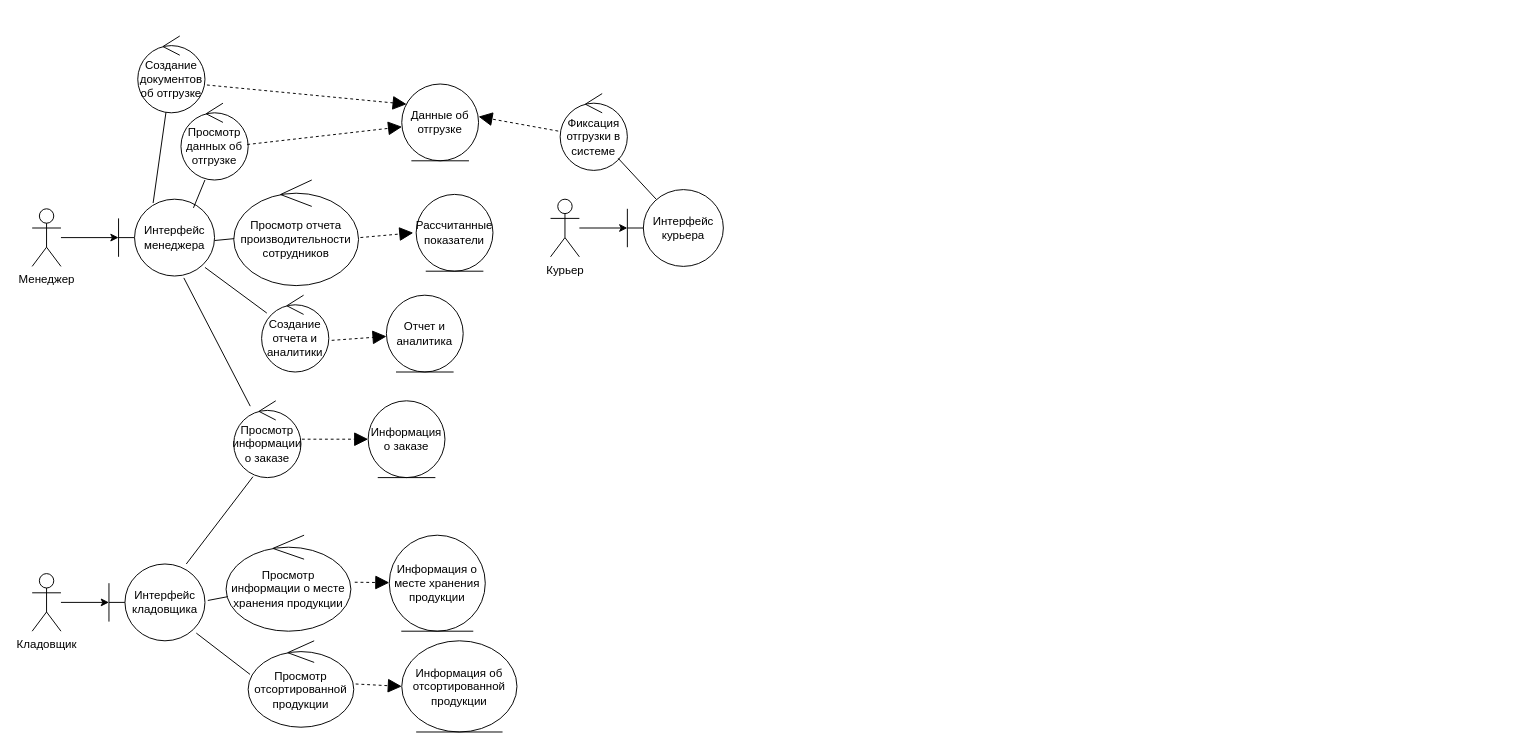
This is ОРТПС_4.drawio from mopsin666/AKMS, a draw.io file, before an edit. Source tidied: cells renumbered, new cells numbered last; positions are measured from the earlier drawing's top-left corner, leaving out a move shared by most shapes. Both pictures are drawn from the tidied source at 96%, with x=0, y=0 at pixel (32, 36).
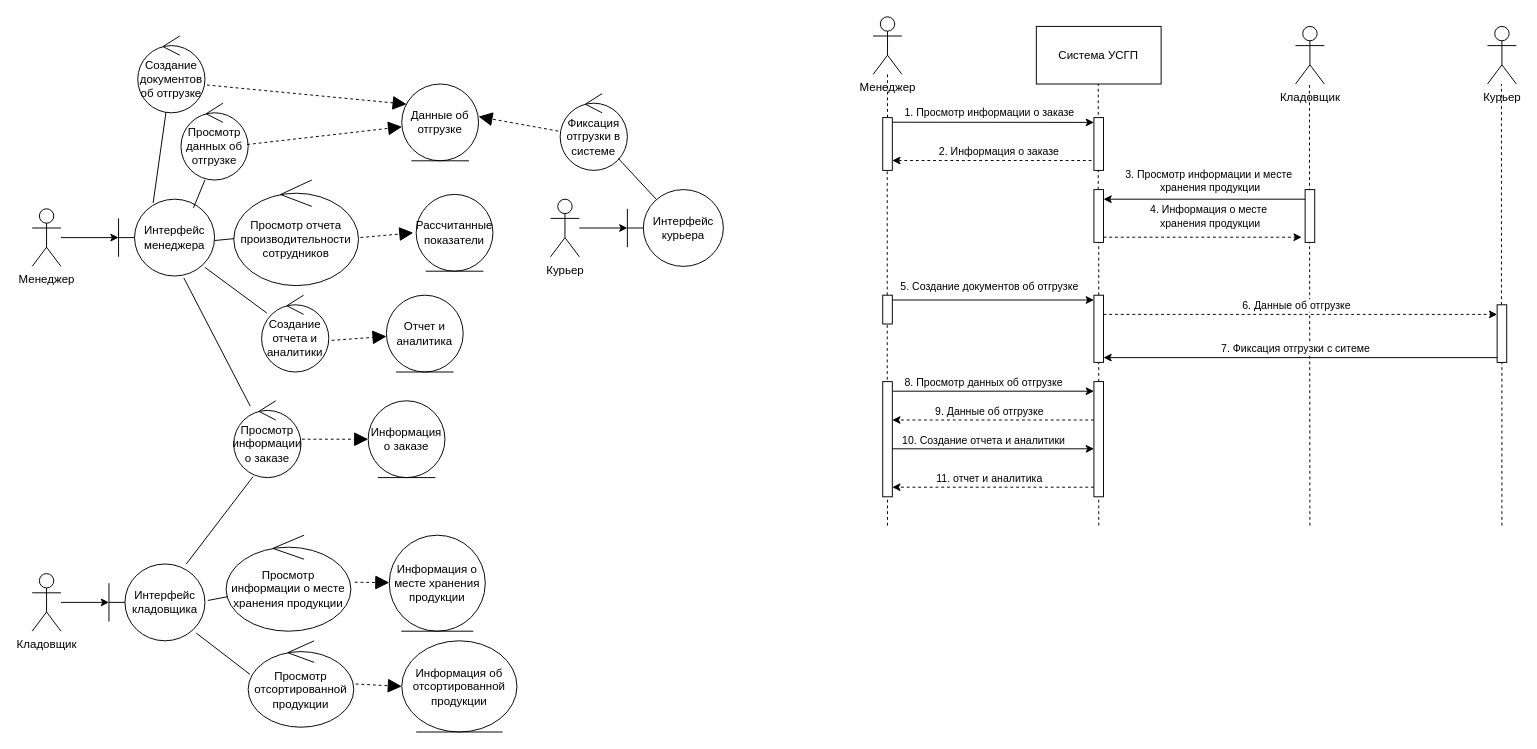
The same diagram, later.

Diff of the diagram source:
```diff
@@
+    <mxCell id="42" value="Менеджер" style="shape=umlActor;verticalLabelPosition=bottom;verticalAlign=top;html=1;" parent="1" vertex="1">
+      <mxGeometry x="876" y="-20" width="30" height="60" as="geometry" />
+    </mxCell>
+    <mxCell id="43" value="Система УСГП" style="rounded=0;whiteSpace=wrap;html=1;" parent="1" vertex="1">
+      <mxGeometry x="1046" y="-10" width="130" height="60" as="geometry" />
+    </mxCell>
+    <mxCell id="44" value="Кладовщик" style="shape=umlActor;verticalLabelPosition=bottom;verticalAlign=top;html=1;" parent="1" vertex="1">
+      <mxGeometry x="1316" y="-10" width="30" height="60" as="geometry" />
+    </mxCell>
+    <mxCell id="45" value="Курьер" style="shape=umlActor;verticalLabelPosition=bottom;verticalAlign=top;html=1;" parent="1" vertex="1">
+      <mxGeometry x="1516" y="-10" width="30" height="60" as="geometry" />
+    </mxCell>
+    <mxCell id="46" style="endArrow=none;dashed=1;html=1;rounded=0;" parent="1" edge="1" source="51" target="42">
+      <mxGeometry relative="1" as="geometry" />
+    </mxCell>
+    <mxCell id="47" style="endArrow=none;dashed=1;html=1;rounded=0;" parent="1" edge="1" source="58">
+      <mxGeometry relative="1" as="geometry">
+        <mxPoint x="1110.5" y="50" as="targetPoint" />
+      </mxGeometry>
+    </mxCell>
+    <mxCell id="48" style="endArrow=none;dashed=1;html=1;rounded=0;" parent="1" edge="1">
+      <mxGeometry relative="1" as="geometry">
+        <mxPoint x="1331" y="510" as="sourcePoint" />
+        <mxPoint x="1330.5" y="50" as="targetPoint" />
+      </mxGeometry>
+    </mxCell>
+    <mxCell id="49" style="endArrow=none;dashed=1;html=1;rounded=0;" parent="1" edge="1" source="65">
+      <mxGeometry relative="1" as="geometry">
+        <mxPoint x="1530.5" y="50" as="targetPoint" />
+      </mxGeometry>
+    </mxCell>
+    <mxCell id="50" style="endArrow=none;dashed=1;html=1;rounded=0;" parent="1" edge="1" source="72">
+      <mxGeometry relative="1" as="geometry">
+        <mxPoint x="890.7" y="140" as="targetPoint" />
+      </mxGeometry>
+    </mxCell>
+    <mxCell id="51" style="html=1;points=[[0,0,0,0,5],[0,1,0,0,-5],[1,0,0,0,5],[1,1,0,0,-5]];perimeter=orthogonalPerimeter;outlineConnect=0;targetShapes=umlLifeline;portConstraint=eastwest;newEdgeStyle={&quot;curved&quot;:0,&quot;rounded&quot;:0};" parent="1" vertex="1">
+      <mxGeometry x="886" y="85" width="10" height="55" as="geometry" />
+    </mxCell>
+    <mxCell id="52" style="html=1;points=[[0,0,0,0,5],[0,1,0,0,-5],[1,0,0,0,5],[1,1,0,0,-5]];perimeter=orthogonalPerimeter;outlineConnect=0;targetShapes=umlLifeline;portConstraint=eastwest;newEdgeStyle={&quot;curved&quot;:0,&quot;rounded&quot;:0};" parent="1" vertex="1">
+      <mxGeometry x="1106" y="85" width="10" height="55" as="geometry" />
+    </mxCell>
+    <mxCell id="53" style="endArrow=classic;html=1;rounded=0;entryX=0;entryY=0;entryDx=0;entryDy=5;entryPerimeter=0;" parent="1" edge="1" target="52">
+      <mxGeometry relative="1" as="geometry">
+        <mxPoint x="896" y="89.8" as="sourcePoint" />
+      </mxGeometry>
+    </mxCell>
+    <mxCell id="54" value="1. Просмотр информации о заказе" style="edgeLabel;html=1;align=center;verticalAlign=middle;" parent="53" vertex="1">
+      <mxGeometry x="-0.67" y="1" relative="1" as="geometry">
+        <mxPoint x="65" y="-9" as="offset" />
+      </mxGeometry>
+    </mxCell>
+    <mxCell id="55" style="endArrow=classic;html=1;rounded=0;dashed=1;exitX=-0.25;exitY=0.813;exitDx=0;exitDy=0;exitPerimeter=0;" parent="1" edge="1" source="52" target="51">
+      <mxGeometry relative="1" as="geometry" />
+    </mxCell>
+    <mxCell id="56" value="2. Информация о заказе" style="edgeLabel;html=1;align=center;verticalAlign=middle;" parent="55" vertex="1">
+      <mxGeometry x="-0.67" y="1" relative="1" as="geometry">
+        <mxPoint x="-63" y="-11" as="offset" />
+      </mxGeometry>
+    </mxCell>
+    <mxCell id="57" style="endArrow=none;dashed=1;html=1;rounded=0;" parent="1" edge="1" source="67" target="58">
+      <mxGeometry relative="1" as="geometry" />
+    </mxCell>
+    <mxCell id="58" style="html=1;points=[[0,0,0,0,5],[0,1,0,0,-5],[1,0,0,0,5],[1,1,0,0,-5]];perimeter=orthogonalPerimeter;outlineConnect=0;targetShapes=umlLifeline;portConstraint=eastwest;newEdgeStyle={&quot;curved&quot;:0,&quot;rounded&quot;:0};" parent="1" vertex="1">
+      <mxGeometry x="1106" y="160" width="10" height="55" as="geometry" />
+    </mxCell>
+    <mxCell id="59" style="html=1;perimeter=orthogonalPerimeter;targetShapes=umlLifeline;newEdgeStyle={&quot;curved&quot;:0,&quot;rounded&quot;:0};" parent="1" vertex="1">
+      <mxGeometry x="1326" y="160" width="10" height="55" as="geometry" />
+    </mxCell>
+    <mxCell id="60" style="endArrow=classic;html=1;rounded=0;" parent="1" edge="1">
+      <mxGeometry relative="1" as="geometry">
+        <mxPoint x="1326" y="170" as="sourcePoint" />
+        <mxPoint x="1116" y="170" as="targetPoint" />
+      </mxGeometry>
+    </mxCell>
+    <mxCell id="61" value="3. Просмотр информации и месте&amp;nbsp;&lt;div&gt;хранения продукции&lt;/div&gt;" style="edgeLabel;html=1;align=center;verticalAlign=middle;" parent="60" vertex="1">
+      <mxGeometry x="0.12" y="2" relative="1" as="geometry">
+        <mxPoint x="18" y="-22" as="offset" />
+      </mxGeometry>
+    </mxCell>
+    <mxCell id="62" style="endArrow=classic;html=1;rounded=0;dashed=1;entryX=-0.36;entryY=0.789;entryDx=0;entryDy=0;entryPerimeter=0;" parent="1" edge="1">
+      <mxGeometry relative="1" as="geometry">
+        <mxPoint x="1116" y="209.6" as="sourcePoint" />
+        <mxPoint x="1322.4" y="209.6" as="targetPoint" />
+      </mxGeometry>
+    </mxCell>
+    <mxCell id="63" value="4. Информация о месте&amp;nbsp;&lt;div&gt;хранения продукции&lt;/div&gt;" style="edgeLabel;html=1;align=center;verticalAlign=middle;" parent="62" vertex="1">
+      <mxGeometry x="-0.67" y="1" relative="1" as="geometry">
+        <mxPoint x="76" y="-21" as="offset" />
+      </mxGeometry>
+    </mxCell>
+    <mxCell id="64" style="endArrow=none;dashed=1;html=1;rounded=0;" parent="1" edge="1" target="65">
+      <mxGeometry relative="1" as="geometry">
+        <mxPoint x="1531" y="510" as="sourcePoint" />
+      </mxGeometry>
+    </mxCell>
+    <mxCell id="65" style="html=1;points=[[0,0,0,0,5],[0,1,0,0,-5],[1,0,0,0,5],[1,1,0,0,-5]];perimeter=orthogonalPerimeter;outlineConnect=0;targetShapes=umlLifeline;portConstraint=eastwest;newEdgeStyle={&quot;curved&quot;:0,&quot;rounded&quot;:0};" parent="1" vertex="1">
+      <mxGeometry x="1526" y="280" width="10" height="60" as="geometry" />
+    </mxCell>
+    <mxCell id="66" style="endArrow=none;dashed=1;html=1;rounded=0;" parent="1" edge="1" target="67">
+      <mxGeometry relative="1" as="geometry">
+        <mxPoint x="1111" y="510" as="sourcePoint" />
+      </mxGeometry>
+    </mxCell>
+    <mxCell id="67" style="html=1;points=[[0,0,0,0,5],[0,1,0,0,-5],[1,0,0,0,5],[1,1,0,0,-5]];perimeter=orthogonalPerimeter;outlineConnect=0;targetShapes=umlLifeline;portConstraint=eastwest;newEdgeStyle={&quot;curved&quot;:0,&quot;rounded&quot;:0};" parent="1" vertex="1">
+      <mxGeometry x="1106" y="270" width="10" height="70" as="geometry" />
+    </mxCell>
+    <mxCell id="68" style="endArrow=classic;html=1;rounded=0;" parent="1" edge="1" target="81">
+      <mxGeometry relative="1" as="geometry">
+        <mxPoint x="896" y="370" as="sourcePoint" />
+      </mxGeometry>
+    </mxCell>
+    <mxCell id="69" value="8. Просмотр данных об отгрузке" style="edgeLabel;html=1;align=center;verticalAlign=middle;" parent="68" vertex="1">
+      <mxGeometry x="-0.61" relative="1" as="geometry">
+        <mxPoint x="53" y="-10" as="offset" />
+      </mxGeometry>
+    </mxCell>
+    <mxCell id="70" style="endArrow=none;dashed=1;html=1;rounded=0;" parent="1" edge="1" source="80">
+      <mxGeometry relative="1" as="geometry">
+        <mxPoint x="890.7" y="370" as="targetPoint" />
+      </mxGeometry>
+    </mxCell>
+    <mxCell id="71" style="endArrow=none;dashed=1;html=1;rounded=0;" parent="1" edge="1" target="72">
+      <mxGeometry relative="1" as="geometry">
+        <mxPoint x="890.7" y="370" as="sourcePoint" />
+      </mxGeometry>
+    </mxCell>
+    <mxCell id="72" style="html=1;points=[[0,0,0,0,5],[0,1,0,0,-5],[1,0,0,0,5],[1,1,0,0,-5]];perimeter=orthogonalPerimeter;outlineConnect=0;targetShapes=umlLifeline;portConstraint=eastwest;newEdgeStyle={&quot;curved&quot;:0,&quot;rounded&quot;:0};" parent="1" vertex="1">
+      <mxGeometry x="886" y="270" width="10" height="30" as="geometry" />
+    </mxCell>
+    <mxCell id="73" style="endArrow=classic;html=1;rounded=0;exitX=1;exitY=0;exitDx=0;exitDy=5;exitPerimeter=0;entryX=0;entryY=0;entryDx=0;entryDy=5;entryPerimeter=0;" parent="1" edge="1" source="72" target="67">
+      <mxGeometry relative="1" as="geometry" />
+    </mxCell>
+    <mxCell id="74" value="5. Создание документов об отгрузке" style="edgeLabel;html=1;align=center;verticalAlign=middle;" parent="73" vertex="1">
+      <mxGeometry x="0.19" y="-1" relative="1" as="geometry">
+        <mxPoint x="-25" y="-16" as="offset" />
+      </mxGeometry>
+    </mxCell>
+    <mxCell id="75" style="endArrow=classic;html=1;rounded=0;dashed=1;" parent="1" edge="1" target="65">
+      <mxGeometry relative="1" as="geometry">
+        <mxPoint x="1116" y="290" as="sourcePoint" />
+      </mxGeometry>
+    </mxCell>
+    <mxCell id="76" value="6. Данные об отгрузке" style="edgeLabel;html=1;align=center;verticalAlign=middle;" parent="75" vertex="1">
+      <mxGeometry x="-0.67" y="1" relative="1" as="geometry">
+        <mxPoint x="132" y="-9" as="offset" />
+      </mxGeometry>
+    </mxCell>
+    <mxCell id="77" style="endArrow=classic;html=1;rounded=0;entryX=1;entryY=1;entryDx=0;entryDy=-5;entryPerimeter=0;" parent="1" edge="1" source="65" target="67">
+      <mxGeometry relative="1" as="geometry" />
+    </mxCell>
+    <mxCell id="78" value="7. Фиксация отгрузки с ситеме" style="edgeLabel;html=1;align=center;verticalAlign=middle;" parent="77" vertex="1">
+      <mxGeometry x="0.19" y="-1" relative="1" as="geometry">
+        <mxPoint x="33" y="-9" as="offset" />
+      </mxGeometry>
+    </mxCell>
+    <mxCell id="79" style="endArrow=none;dashed=1;html=1;rounded=0;" parent="1" edge="1" target="80">
+      <mxGeometry relative="1" as="geometry">
+        <mxPoint x="891" y="510" as="sourcePoint" />
+      </mxGeometry>
+    </mxCell>
+    <mxCell id="80" style="html=1;points=[[0,0,0,0,5],[0,1,0,0,-5],[1,0,0,0,5],[1,1,0,0,-5]];perimeter=orthogonalPerimeter;outlineConnect=0;targetShapes=umlLifeline;portConstraint=eastwest;newEdgeStyle={&quot;curved&quot;:0,&quot;rounded&quot;:0};" parent="1" vertex="1">
+      <mxGeometry x="886" y="360" width="10" height="120" as="geometry" />
+    </mxCell>
+    <mxCell id="81" style="html=1;points=[[0,0,0,0,5],[0,1,0,0,-5],[1,0,0,0,5],[1,1,0,0,-5]];perimeter=orthogonalPerimeter;outlineConnect=0;targetShapes=umlLifeline;portConstraint=eastwest;newEdgeStyle={&quot;curved&quot;:0,&quot;rounded&quot;:0};" parent="1" vertex="1">
+      <mxGeometry x="1106" y="360" width="10" height="120" as="geometry" />
+    </mxCell>
+    <mxCell id="82" style="endArrow=classic;html=1;rounded=0;dashed=1;" parent="1" edge="1">
+      <mxGeometry relative="1" as="geometry">
+        <mxPoint x="1106" y="400" as="sourcePoint" />
+        <mxPoint x="896" y="400" as="targetPoint" />
+      </mxGeometry>
+    </mxCell>
+    <mxCell id="83" value="9. Данные об отгрузке" style="edgeLabel;html=1;align=center;verticalAlign=middle;" parent="82" vertex="1">
+      <mxGeometry x="-0.67" y="1" relative="1" as="geometry">
+        <mxPoint x="-75" y="-11" as="offset" />
+      </mxGeometry>
+    </mxCell>
+    <mxCell id="84" style="endArrow=classic;html=1;rounded=0;" parent="1" edge="1">
+      <mxGeometry relative="1" as="geometry">
+        <mxPoint x="896" y="430" as="sourcePoint" />
+        <mxPoint x="1106" y="430" as="targetPoint" />
+      </mxGeometry>
+    </mxCell>
+    <mxCell id="85" value="10. Создание отчета и аналитики" style="edgeLabel;html=1;align=center;verticalAlign=middle;" parent="84" vertex="1">
+      <mxGeometry x="-0.61" relative="1" as="geometry">
+        <mxPoint x="53" y="-10" as="offset" />
+      </mxGeometry>
+    </mxCell>
+    <mxCell id="86" style="endArrow=classic;html=1;rounded=0;dashed=1;" parent="1" edge="1">
+      <mxGeometry relative="1" as="geometry">
+        <mxPoint x="1106" y="470" as="sourcePoint" />
+        <mxPoint x="896" y="470" as="targetPoint" />
+      </mxGeometry>
+    </mxCell>
+    <mxCell id="87" value="11. отчет и аналитика" style="edgeLabel;html=1;align=center;verticalAlign=middle;" parent="86" vertex="1">
+      <mxGeometry x="-0.67" y="1" relative="1" as="geometry">
+        <mxPoint x="-75" y="-11" as="offset" />
+      </mxGeometry>
+    </mxCell>
```
